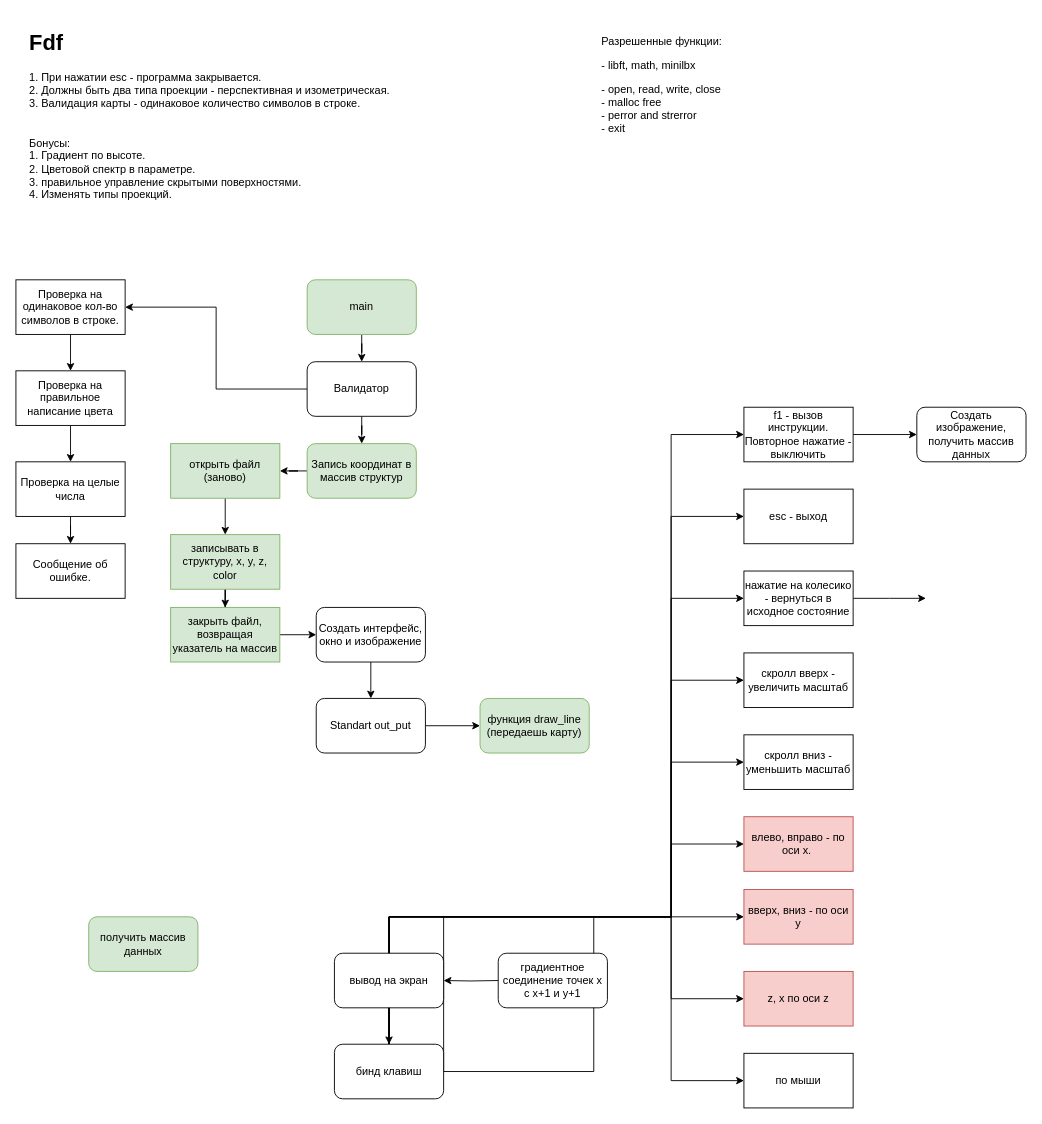
The draw.io diagram map.drawio in Yaroslew/Fdf, before the edit. Source tidied: cells renumbered, new cells numbered last; positions are measured from the earlier drawing's top-left corner, leaving out a move shared by most shapes. Both pictures are drawn from the tidied source at 91%, with x=0, y=0 at pixel (15, 15).
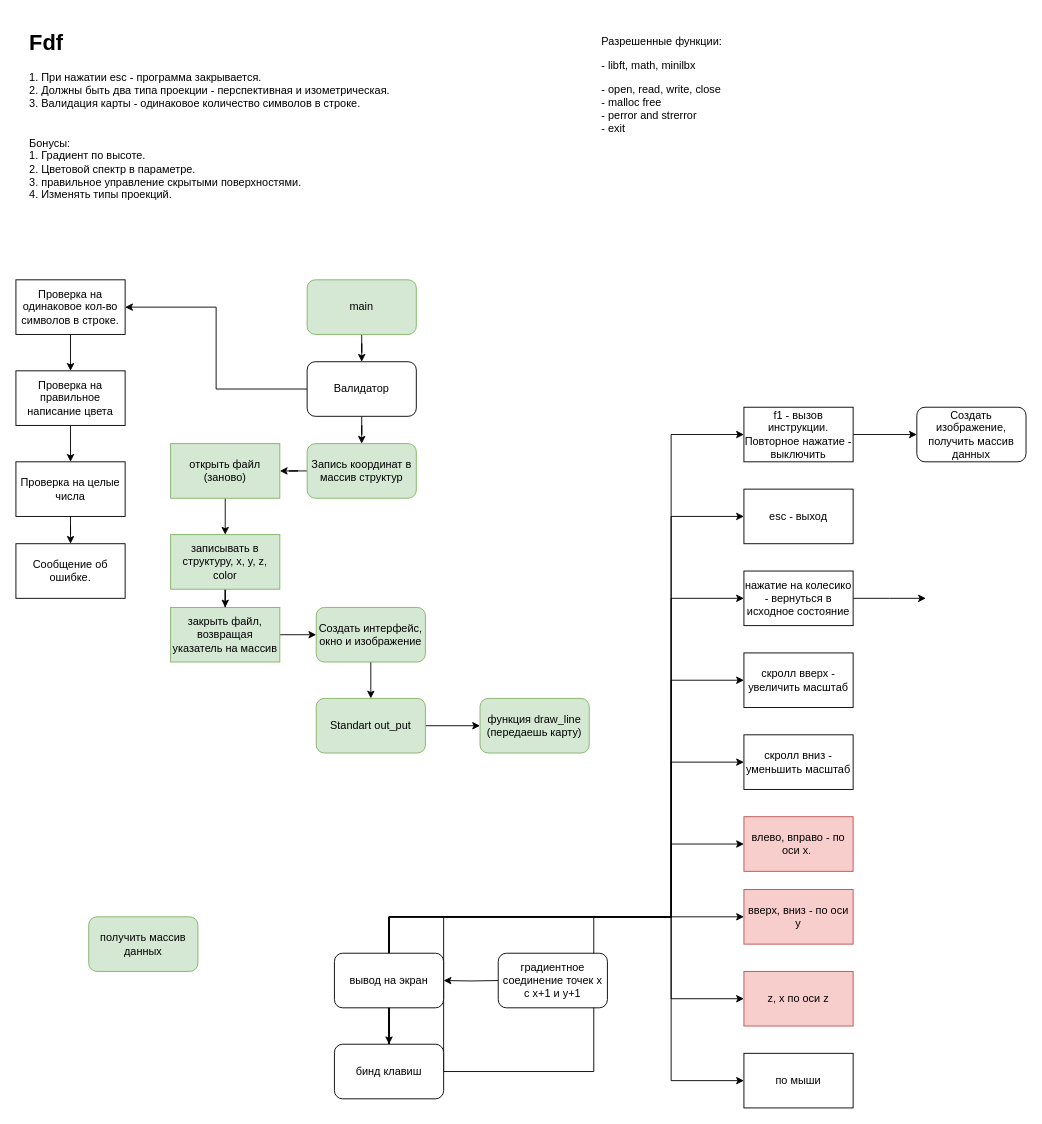
The same diagram, later.

The edit, as a diff of the source:
```diff
@@
-    <mxCell id="53" value="Создать интерфейс, окно и изображение" style="rounded=1;whiteSpace=wrap;html=1;" parent="1" vertex="1">
+    <mxCell id="53" value="Создать интерфейс, окно и изображение" style="rounded=1;whiteSpace=wrap;html=1;fillColor=#d5e8d4;strokeColor=#82b366;" parent="1" vertex="1">
       <mxGeometry x="330" y="650" width="120" height="60" as="geometry" />
     </mxCell>
@@
-    <mxCell id="55" value="Standart out_put" style="rounded=1;whiteSpace=wrap;html=1;" parent="1" vertex="1">
+    <mxCell id="55" value="Standart out_put" style="rounded=1;whiteSpace=wrap;html=1;fillColor=#d5e8d4;strokeColor=#82b366;" parent="1" vertex="1">
       <mxGeometry x="330" y="750" width="120" height="60" as="geometry" />
     </mxCell>
```
